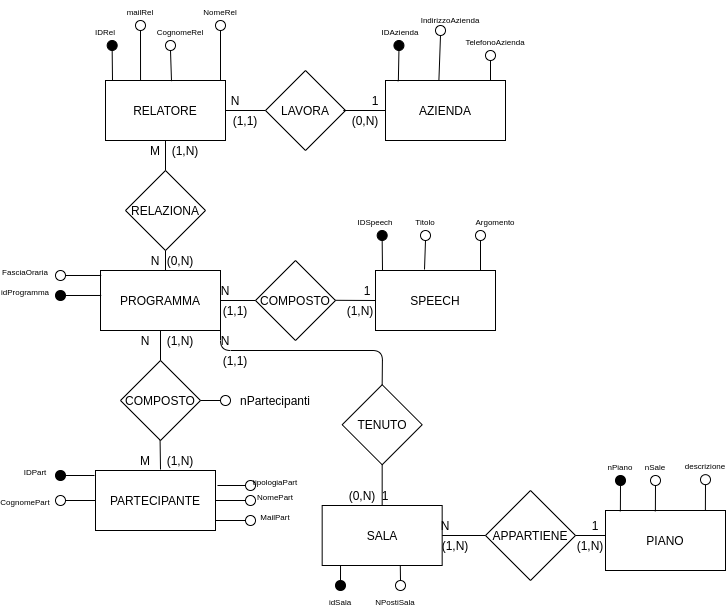
Above: Schemi/Schema_ER.png in mattiaudisio/SCUOL4 (draw.io), before the change. Source tidied: cells renumbered, new cells last; positions are measured from the earlier drawing's top-left corner, leaving out a move shared by most shapes.
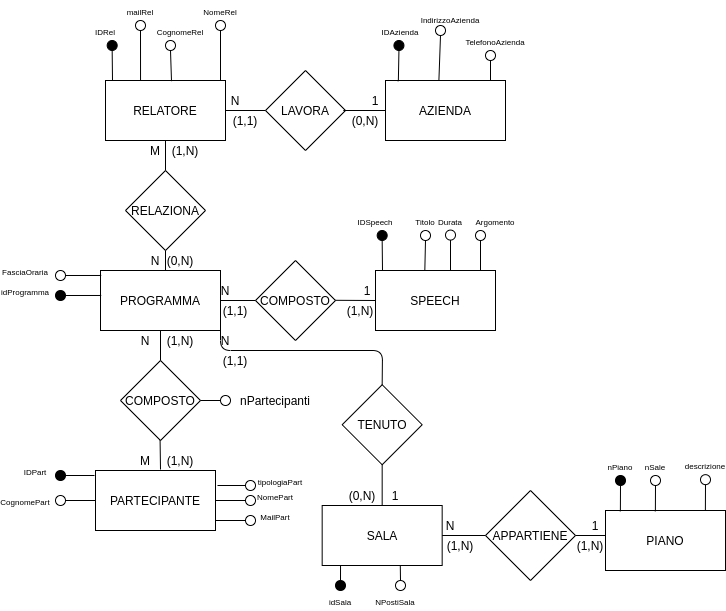
Later version of the same file.

Diff of the diagram source:
```diff
@@ -142,10 +142,8 @@
         <mxPoint x="377" y="270" as="sourcePoint" />
       </mxGeometry>
     </mxCell>
-    <mxCell id="45" style="endArrow=none;html=1;exitX=0.5;exitY=1;exitDx=0;exitDy=0;" parent="1" edge="1" source="42">
-      <mxGeometry relative="1" as="geometry">
-        <mxPoint x="419" y="269" as="targetPoint" />
-      </mxGeometry>
+    <mxCell id="45" style="endArrow=none;html=1;exitX=0.5;exitY=1;exitDx=0;exitDy=0;entryX=0.411;entryY=0;entryDx=0;entryDy=0;entryPerimeter=0;" parent="1" edge="1" source="42" target="40">
+      <mxGeometry relative="1" as="geometry" />
     </mxCell>
     <mxCell id="46" style="endArrow=none;html=1;entryX=0.5;entryY=1;entryDx=0;entryDy=0;exitX=0.875;exitY=0.007;exitDx=0;exitDy=0;exitPerimeter=0;" parent="1" edge="1" source="40" target="43">
       <mxGeometry relative="1" as="geometry" />
@@ -214,7 +212,7 @@
       </mxGeometry>
     </mxCell>
     <mxCell id="65" value="&lt;font style=&quot;font-size: 8px&quot;&gt;tipologiaPart&lt;/font&gt;" style="text;html=1;strokeColor=none;fillColor=none;align=center;verticalAlign=middle;whiteSpace=wrap;rounded=0;" parent="1" vertex="1">
-      <mxGeometry x="250" y="470" width="40" height="20" as="geometry" />
+      <mxGeometry x="250" y="460" width="50" height="40" as="geometry" />
     </mxCell>
     <mxCell id="66" style="ellipse;whiteSpace=wrap;html=1;" parent="1" vertex="1">
       <mxGeometry x="240" y="515" width="10" height="10" as="geometry" />
@@ -319,17 +317,14 @@
       <mxGeometry x="200" y="330" width="40" height="20" as="geometry" />
     </mxCell>
     <mxCell id="95" value="N" style="text;html=1;strokeColor=none;fillColor=none;align=center;verticalAlign=middle;whiteSpace=wrap;rounded=0;" parent="1" vertex="1">
-      <mxGeometry x="420" y="515" width="40" height="20" as="geometry" />
+      <mxGeometry x="425" y="515" width="40" height="20" as="geometry" />
     </mxCell>
     <mxCell id="96" value="1" style="text;html=1;strokeColor=none;fillColor=none;align=center;verticalAlign=middle;whiteSpace=wrap;rounded=0;" parent="1" vertex="1">
-      <mxGeometry x="360" y="485" width="40" height="20" as="geometry" />
+      <mxGeometry x="370" y="485" width="40" height="20" as="geometry" />
     </mxCell>
     <mxCell id="97" value="1" style="text;html=1;strokeColor=none;fillColor=none;align=center;verticalAlign=middle;whiteSpace=wrap;rounded=0;" parent="1" vertex="1">
       <mxGeometry x="570" y="515" width="40" height="20" as="geometry" />
     </mxCell>
-    <mxCell id="98" value="(1,N)" style="text;html=1;strokeColor=none;fillColor=none;align=center;verticalAlign=middle;whiteSpace=wrap;rounded=0;" parent="1" vertex="1">
-      <mxGeometry x="430" y="535" width="40" height="20" as="geometry" />
-    </mxCell>
     <mxCell id="99" value="(1,N)" style="text;html=1;strokeColor=none;fillColor=none;align=center;verticalAlign=middle;whiteSpace=wrap;rounded=0;" parent="1" vertex="1">
       <mxGeometry x="560" y="535" width="50" height="20" as="geometry" />
     </mxCell>
@@ -399,5 +394,19 @@
     <mxCell id="119" value="nPartecipanti" style="text;html=1;strokeColor=none;fillColor=none;align=center;verticalAlign=middle;whiteSpace=wrap;rounded=0;" parent="1" vertex="1">
       <mxGeometry x="250" y="390" width="40" height="20" as="geometry" />
     </mxCell>
+    <mxCell id="98" value="(1,N)" style="text;html=1;strokeColor=none;fillColor=none;align=center;verticalAlign=middle;whiteSpace=wrap;rounded=0;" parent="1" vertex="1">
+      <mxGeometry x="430" y="535" width="50" height="20" as="geometry" />
+    </mxCell>
+    <mxCell id="120" style="ellipse;whiteSpace=wrap;html=1;" parent="1" vertex="1">
+      <mxGeometry x="440" y="229.6" width="10" height="10" as="geometry" />
+    </mxCell>
+    <mxCell id="121" style="endArrow=none;html=1;entryX=0.5;entryY=1;entryDx=0;entryDy=0;exitX=0.875;exitY=0.007;exitDx=0;exitDy=0;exitPerimeter=0;" parent="1" edge="1" target="120">
+      <mxGeometry relative="1" as="geometry">
+        <mxPoint x="445" y="270" as="sourcePoint" />
+      </mxGeometry>
+    </mxCell>
+    <mxCell id="122" value="&lt;font style=&quot;font-size: 8px&quot;&gt;Durata&lt;/font&gt;" style="text;html=1;strokeColor=none;fillColor=none;align=center;verticalAlign=middle;whiteSpace=wrap;rounded=0;" parent="1" vertex="1">
+      <mxGeometry x="425" y="209.6" width="40" height="20" as="geometry" />
+    </mxCell>
   </root>
 </mxGraphModel>
```
